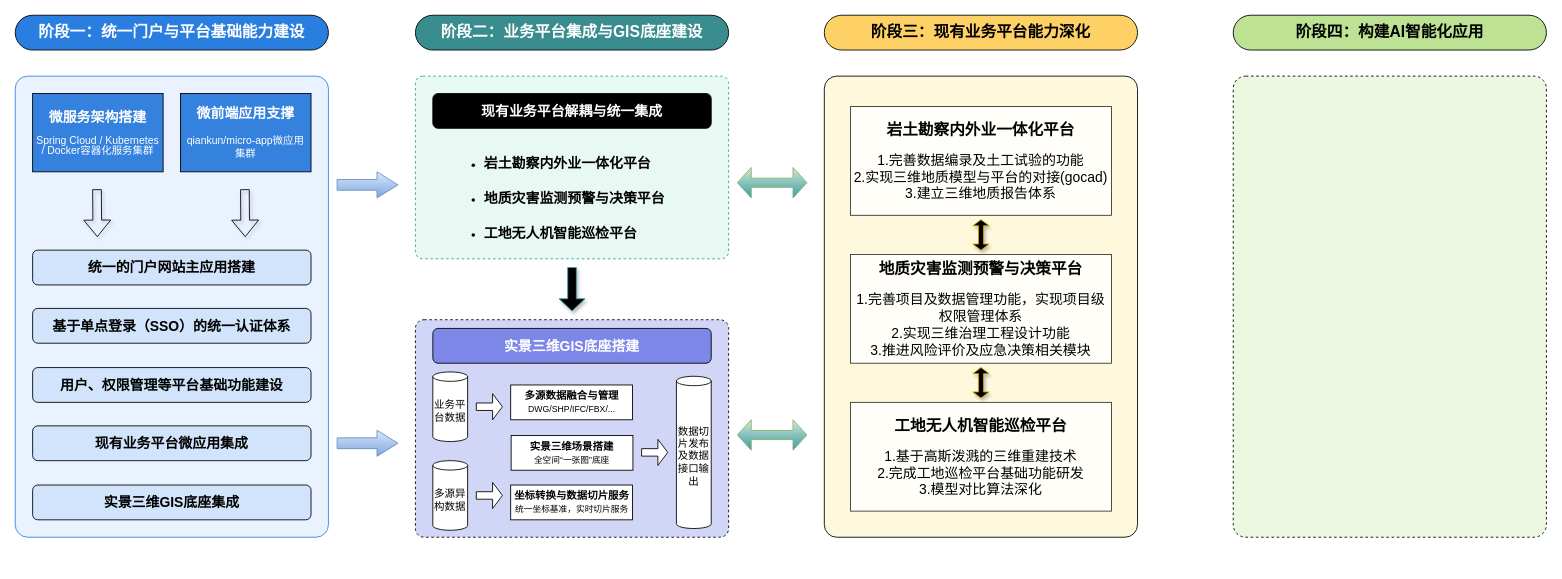
Above: page "技术路线" (2 of 3) of 岩土大数据平台架构.drawio in JiaYF1/my_draw_io (draw.io), before the change. Source tidied: cells renumbered, new cells numbered last; positions are measured from the earlier drawing's top-left corner, leaving out a move shared by most shapes. Both pictures are drawn from the tidied source at 87%, with x=0, y=0 at pixel (15, 15).
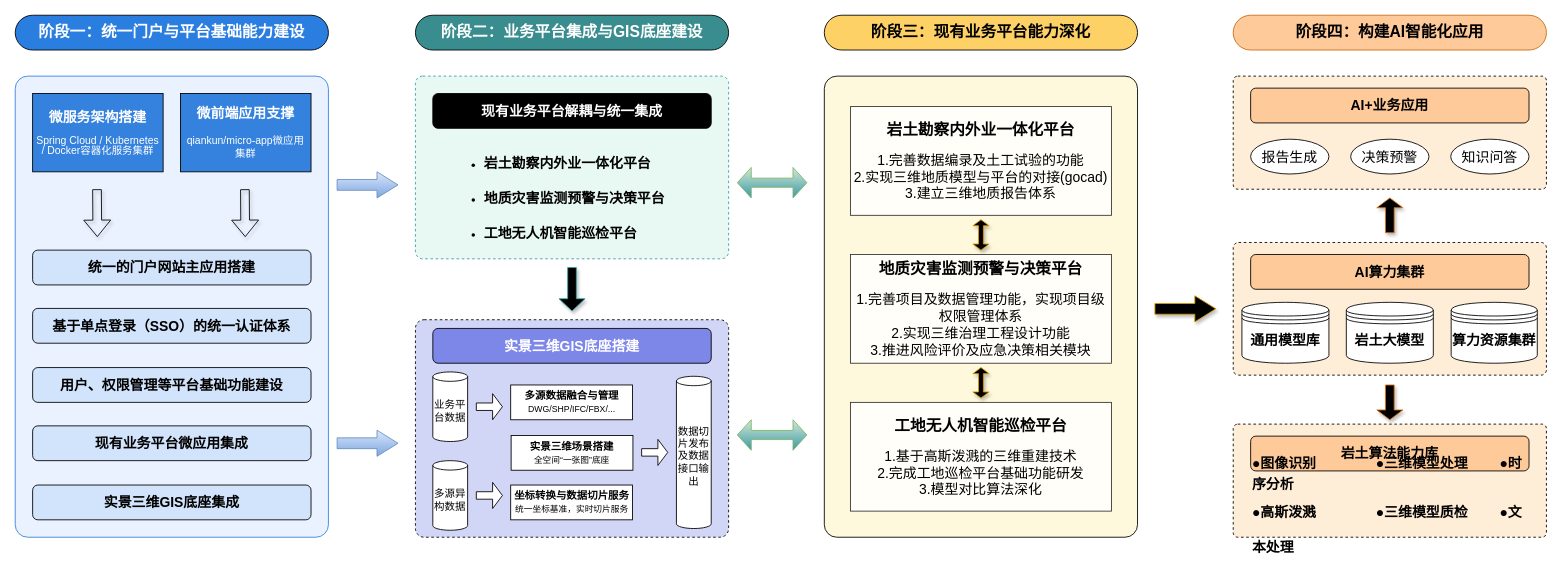
After the change.

Commit message:
更新岩土大数据平台架构.drawio

The edit, as a diff of the source:
```diff
@@
-    <mxCell id="21" value="&lt;font style=&quot;color: rgb(0, 0, 0);&quot;&gt;阶段四：构建AI智能化应用&lt;/font&gt;" style="rounded=1;whiteSpace=wrap;html=1;fontSize=18;fontStyle=1;arcSize=50;fillColor=light-dark(#bee294, #FDD165);fontColor=light-dark(#ffffff, #ededed);flipH=1;" parent="1" vertex="1">
+    <mxCell id="21" value="&lt;font style=&quot;color: rgb(0, 0, 0);&quot;&gt;阶段四：构建AI智能化应用&lt;/font&gt;" style="rounded=1;whiteSpace=wrap;html=1;fontSize=18;fontStyle=1;arcSize=50;fillColor=light-dark(#feca99, #ededed);fontColor=light-dark(#ffffff, #ededed);flipH=1;strokeColor=light-dark(#C86C14,#EDEDED);" parent="1" vertex="1">
       <mxGeometry x="1400" width="360" height="40" as="geometry" />
     </mxCell>
@@
-    <mxCell id="36" style="rounded=1;whiteSpace=wrap;html=1;glass=0;arcSize=4;fillColor=light-dark(#ecf7df, #ededed);strokeColor=light-dark(#000000,#EDEDED);dashed=1;" parent="1" vertex="1">
-      <mxGeometry x="1400" y="70" width="360" height="530" as="geometry" />
+    <mxCell id="36" style="rounded=1;whiteSpace=wrap;html=1;glass=0;arcSize=4;fillColor=light-dark(#feedd7, #ededed);strokeColor=light-dark(#000000,#EDEDED);dashed=1;" parent="1" vertex="1">
+      <mxGeometry x="1400" y="261.2" width="360" height="152.5" as="geometry" />
     </mxCell>
@@
+    <mxCell id="42" style="shape=singleArrow;whiteSpace=wrap;html=1;arrowWidth=0.4133333333333364;arrowSize=0.3450000000000003;fillColor=#ffcd28;gradientColor=light-dark(#fdd166, #a05300);strokeColor=#d79b00;shadow=1;align=center;verticalAlign=middle;fontFamily=Helvetica;fontSize=12;fontColor=default;" parent="1" vertex="1">
+      <mxGeometry x="1310" y="322.5" width="70" height="30" as="geometry" />
+    </mxCell>
+    <mxCell id="43" value="&lt;b style=&quot;font-size: 16px; background-color: transparent; color: light-dark(rgb(0, 0, 0), rgb(255, 255, 255));&quot;&gt;AI算力集群&lt;/b&gt;" style="rounded=1;whiteSpace=wrap;html=1;fillColor=light-dark(#feca99, #ededed);" parent="1" vertex="1">
+      <mxGeometry x="1420" y="275" width="320" height="40" as="geometry" />
+    </mxCell>
+    <mxCell id="44" style="group;" parent="1" vertex="1">
+      <mxGeometry x="1400" y="330" width="120" height="70" as="geometry" />
+    </mxCell>
+    <mxCell id="45" style="shape=datastore;html=1;labelPosition=center;verticalLabelPosition=bottom;align=center;verticalAlign=top;" parent="44" vertex="1">
+      <mxGeometry x="10" width="100" height="70" as="geometry" />
+    </mxCell>
+    <mxCell id="46" value="&lt;span style=&quot;font-size: 16px; background-color: transparent; color: light-dark(rgb(0, 0, 0), rgb(255, 255, 255));&quot;&gt;通用模型库&lt;/span&gt;" style="text;html=1;whiteSpace=wrap;strokeColor=none;fillColor=none;align=center;verticalAlign=middle;rounded=0;fontStyle=1;" parent="44" vertex="1">
+      <mxGeometry y="22.5" width="120" height="42.5" as="geometry" />
+    </mxCell>
+    <mxCell id="47" style="group;" parent="1" vertex="1">
+      <mxGeometry x="1520" y="330" width="120" height="70" as="geometry" />
+    </mxCell>
+    <mxCell id="48" style="shape=datastore;html=1;labelPosition=center;verticalLabelPosition=bottom;align=center;verticalAlign=top;" parent="47" vertex="1">
+      <mxGeometry x="10" width="100" height="70" as="geometry" />
+    </mxCell>
+    <mxCell id="49" value="&lt;span style=&quot;font-size: 16px; background-color: transparent; color: light-dark(rgb(0, 0, 0), rgb(255, 255, 255));&quot;&gt;岩土大模型&lt;/span&gt;" style="text;html=1;whiteSpace=wrap;strokeColor=none;fillColor=none;align=center;verticalAlign=middle;rounded=0;fontStyle=1;" parent="47" vertex="1">
+      <mxGeometry y="22.5" width="120" height="42.5" as="geometry" />
+    </mxCell>
+    <mxCell id="50" style="group;" parent="1" vertex="1">
+      <mxGeometry x="1640" y="330" width="120" height="70" as="geometry" />
+    </mxCell>
+    <mxCell id="51" style="shape=datastore;html=1;labelPosition=center;verticalLabelPosition=bottom;align=center;verticalAlign=top;" parent="50" vertex="1">
+      <mxGeometry x="10.5" width="99" height="70" as="geometry" />
+    </mxCell>
+    <mxCell id="52" value="&lt;span style=&quot;font-size: 16px; background-color: transparent; color: light-dark(rgb(0, 0, 0), rgb(255, 255, 255));&quot;&gt;算力资源集群&lt;/span&gt;" style="text;html=1;whiteSpace=wrap;strokeColor=none;fillColor=none;align=center;verticalAlign=middle;rounded=0;fontStyle=1;" parent="50" vertex="1">
+      <mxGeometry y="22.5" width="120" height="42.5" as="geometry" />
+    </mxCell>
+    <mxCell id="53" style="shape=singleArrow;direction=south;whiteSpace=wrap;html=1;arrowWidth=0.33333333333332577;arrowSize=0.2828571428571422;fillColor=light-dark(#feedd4, #1f2f1e);gradientColor=light-dark(#fa9e5d, #295A0D);strokeColor=light-dark(#da7615, #446e2c);shadow=1;gradientDirection=south;rotation=-180;" parent="1" vertex="1">
+      <mxGeometry x="1565" y="210" width="30" height="40" as="geometry" />
+    </mxCell>
+    <mxCell id="54" style="shape=singleArrow;direction=north;whiteSpace=wrap;html=1;arrowWidth=0.33333333333332577;arrowSize=0.2828571428571422;fillColor=light-dark(#feedd4, #1f2f1e);gradientColor=light-dark(#fa9e5d, #295A0D);strokeColor=light-dark(#da7615, #446e2c);shadow=1;gradientDirection=south;rotation=-180;" parent="1" vertex="1">
+      <mxGeometry x="1565" y="425" width="30" height="40" as="geometry" />
+    </mxCell>
+    <mxCell id="55" style="rounded=1;whiteSpace=wrap;html=1;glass=0;arcSize=4;fillColor=light-dark(#feedd7, #ededed);strokeColor=light-dark(#000000,#EDEDED);dashed=1;" parent="1" vertex="1">
+      <mxGeometry x="1400" y="70" width="360" height="130" as="geometry" />
+    </mxCell>
+    <mxCell id="56" value="&lt;b style=&quot;font-size: 16px; background-color: transparent; color: light-dark(rgb(0, 0, 0), rgb(255, 255, 255));&quot;&gt;AI+业务应用&lt;/b&gt;" style="rounded=1;whiteSpace=wrap;html=1;fillColor=light-dark(#feca99, #ededed);" parent="1" vertex="1">
+      <mxGeometry x="1420" y="83.8" width="320" height="40" as="geometry" />
+    </mxCell>
+    <mxCell id="57" style="rounded=1;whiteSpace=wrap;html=1;glass=0;arcSize=4;fillColor=light-dark(#feedd7, #ededed);strokeColor=light-dark(#000000,#EDEDED);dashed=1;" parent="1" vertex="1">
+      <mxGeometry x="1400" y="470" width="360" height="130" as="geometry" />
+    </mxCell>
+    <mxCell id="58" value="&lt;b style=&quot;font-size: 16px; background-color: transparent; color: light-dark(rgb(0, 0, 0), rgb(255, 255, 255));&quot;&gt;岩土算法能力库&lt;/b&gt;" style="rounded=1;whiteSpace=wrap;html=1;fillColor=light-dark(#feca99, #ededed);" parent="1" vertex="1">
+      <mxGeometry x="1420" y="483.8" width="320" height="40" as="geometry" />
+    </mxCell>
+    <mxCell id="59" value="&lt;div style=&quot;line-height: 150%;&quot;&gt;&lt;span style=&quot;font-size: 16px; line-height: 150%;&quot;&gt;●图像识别&lt;span style=&quot;white-space: pre;&quot;&gt;&#9;&lt;/span&gt;&lt;span style=&quot;white-space: pre;&quot;&gt;&#9;&lt;/span&gt;●三维模型处理&lt;span style=&quot;white-space: pre;&quot;&gt;&#9;&lt;/span&gt;●时序分析&lt;/span&gt;&lt;div&gt;&lt;span style=&quot;font-size: 16px; line-height: 250%;&quot;&gt;●高斯泼溅&lt;span style=&quot;white-space: pre;&quot;&gt;&#9;&lt;/span&gt;&lt;span style=&quot;white-space: pre;&quot;&gt;&#9;&lt;/span&gt;●三维模型质检&lt;span style=&quot;white-space: pre;&quot;&gt;&#9;&lt;/span&gt;●文本处理&lt;/span&gt;&lt;/div&gt;&lt;/div&gt;" style="text;html=1;whiteSpace=wrap;strokeColor=none;fillColor=none;align=left;verticalAlign=middle;rounded=0;fontStyle=1;" parent="1" vertex="1">
+      <mxGeometry x="1420" y="533.8" width="320" height="66.2" as="geometry" />
+    </mxCell>
+    <mxCell id="60" value="&lt;font style=&quot;font-size: 16px;&quot;&gt;报告生成&lt;/font&gt;" style="ellipse;whiteSpace=wrap;html=1;" parent="1" vertex="1">
+      <mxGeometry x="1420" y="142.5" width="90" height="40" as="geometry" />
+    </mxCell>
+    <mxCell id="61" value="&lt;font style=&quot;font-size: 16px;&quot;&gt;决策预警&lt;/font&gt;" style="ellipse;whiteSpace=wrap;html=1;" parent="1" vertex="1">
+      <mxGeometry x="1535" y="142.5" width="90" height="40" as="geometry" />
+    </mxCell>
+    <mxCell id="62" value="&lt;font style=&quot;font-size: 16px;&quot;&gt;知识问答&lt;/font&gt;" style="ellipse;whiteSpace=wrap;html=1;" parent="1" vertex="1">
+      <mxGeometry x="1650" y="142.5" width="90" height="40" as="geometry" />
+    </mxCell>
```
